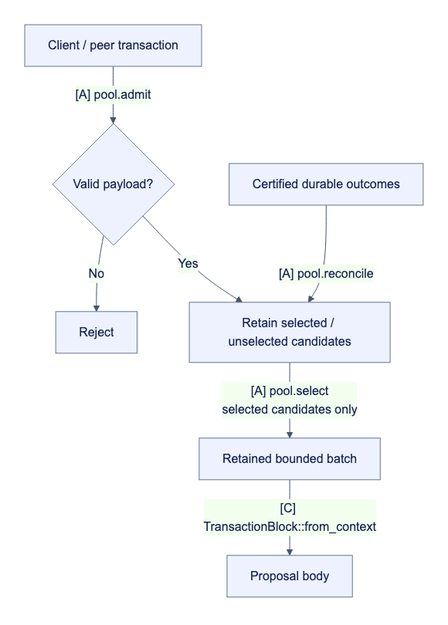
Earlier version of the Mermaid export docs/assets/diagrams/diagram-27.png (djm07073/baton). Its source is kept beside it as docs/assets/diagrams/diagram-27.mmd.
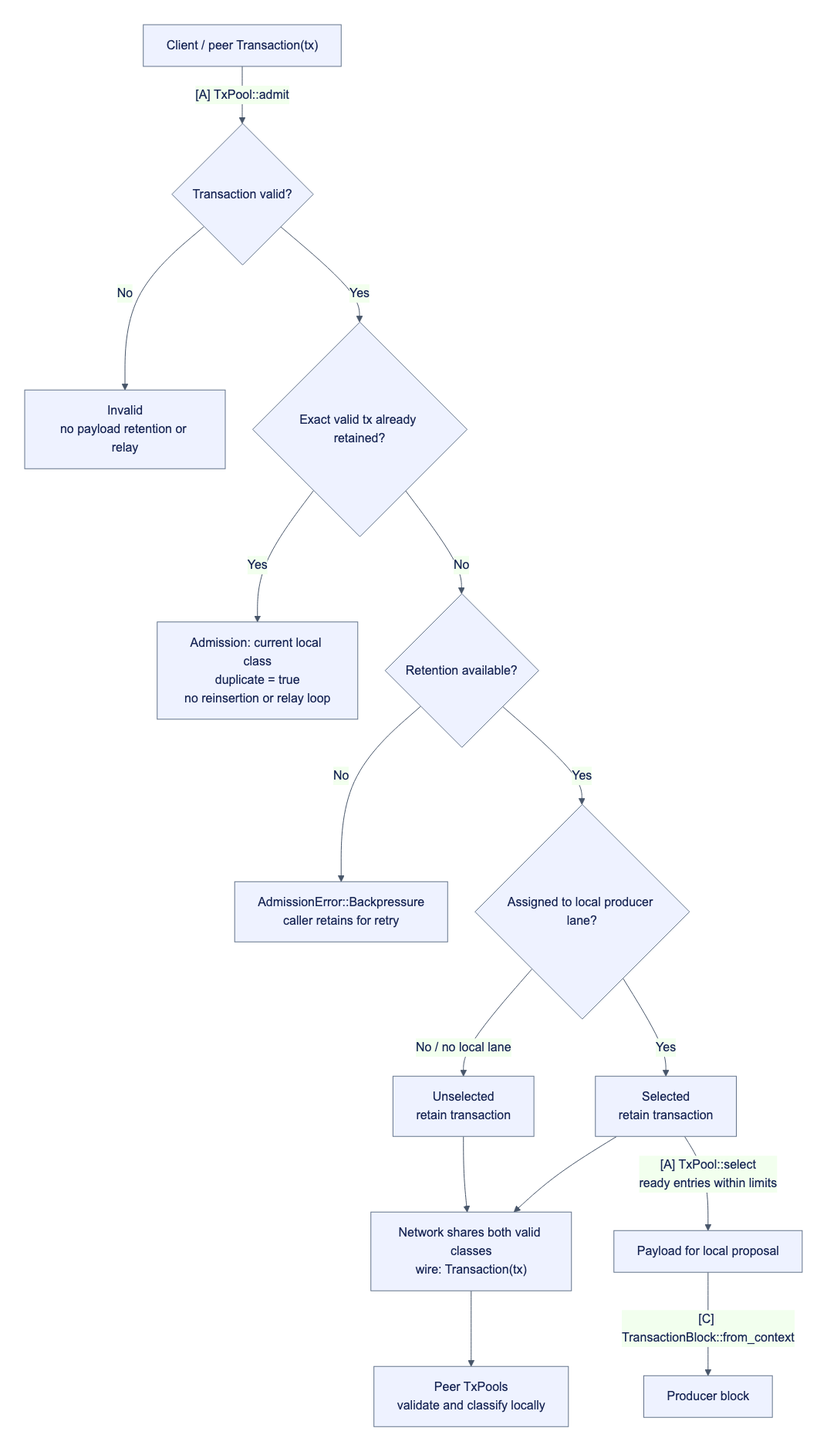
Later version of the same file.

Diff of the diagram source:
```diff
@@ -1,7 +1,15 @@
 flowchart TB
-    I["Client / peer transaction"] -->|"[A] pool.admit"| V{"Valid payload?"}
-    V -->|"No"| X["Reject"]
-    V -->|"Yes"| C["Retain selected / unselected candidates"]
-    C -->|"[A] pool.select<br/>selected candidates only"| B["Retained bounded batch"]
-    B -->|"[C] TransactionBlock::from_context"| P["Proposal body"]
-    D["Certified durable outcomes"] -->|"[A] pool.reconcile"| C
+    I["Client / peer Transaction(tx)"] -->|"[A] TxPool::admit"| V{"Transaction valid?"}
+    V -->|"No"| X["Invalid<br/>no payload retention or relay"]
+    V -->|"Yes"| D{"Exact valid tx already retained?"}
+    D -->|"Yes"| K["Admission: current local class<br/>duplicate = true<br/>no reinsertion or relay loop"]
+    D -->|"No"| R{"Retention available?"}
+    R -->|"No"| F["AdmissionError::Backpressure<br/>caller retains for retry"]
+    R -->|"Yes"| L{"Assigned to local producer lane?"}
+    L -->|"Yes"| S["Selected<br/>retain transaction"]
+    L -->|"No / no local lane"| U["Unselected<br/>retain transaction"]
+    S --> G["Network shares both valid classes<br/>wire: Transaction(tx)"]
+    U --> G
+    S -->|"[A] TxPool::select<br/>ready entries within limits"| B["Payload for local proposal"]
+    B -->|"[C] TransactionBlock::from_context"| P["Producer block"]
+    G --> Q["Peer TxPools<br/>validate and classify locally"]
```
